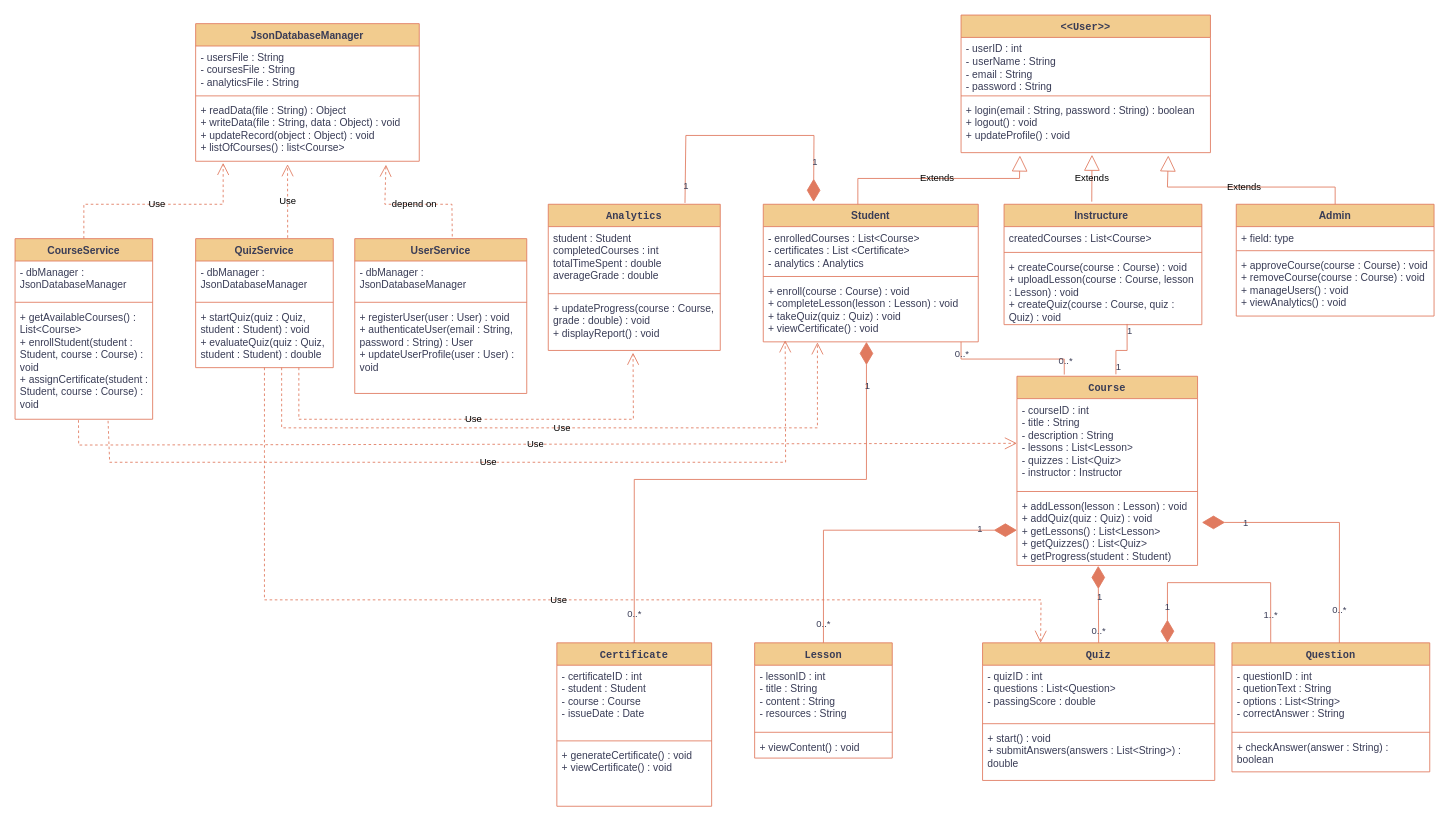
Above: diagrams/class.drawio in Mohamed-Bahig/SkillForge-UML-Design (draw.io), before the change. Source tidied: cells renumbered, new cells numbered last; positions are measured from the earlier drawing's top-left corner, leaving out a move shared by most shapes. Both pictures are drawn from the tidied source at 86%, with x=0, y=0 at pixel (15, 15).
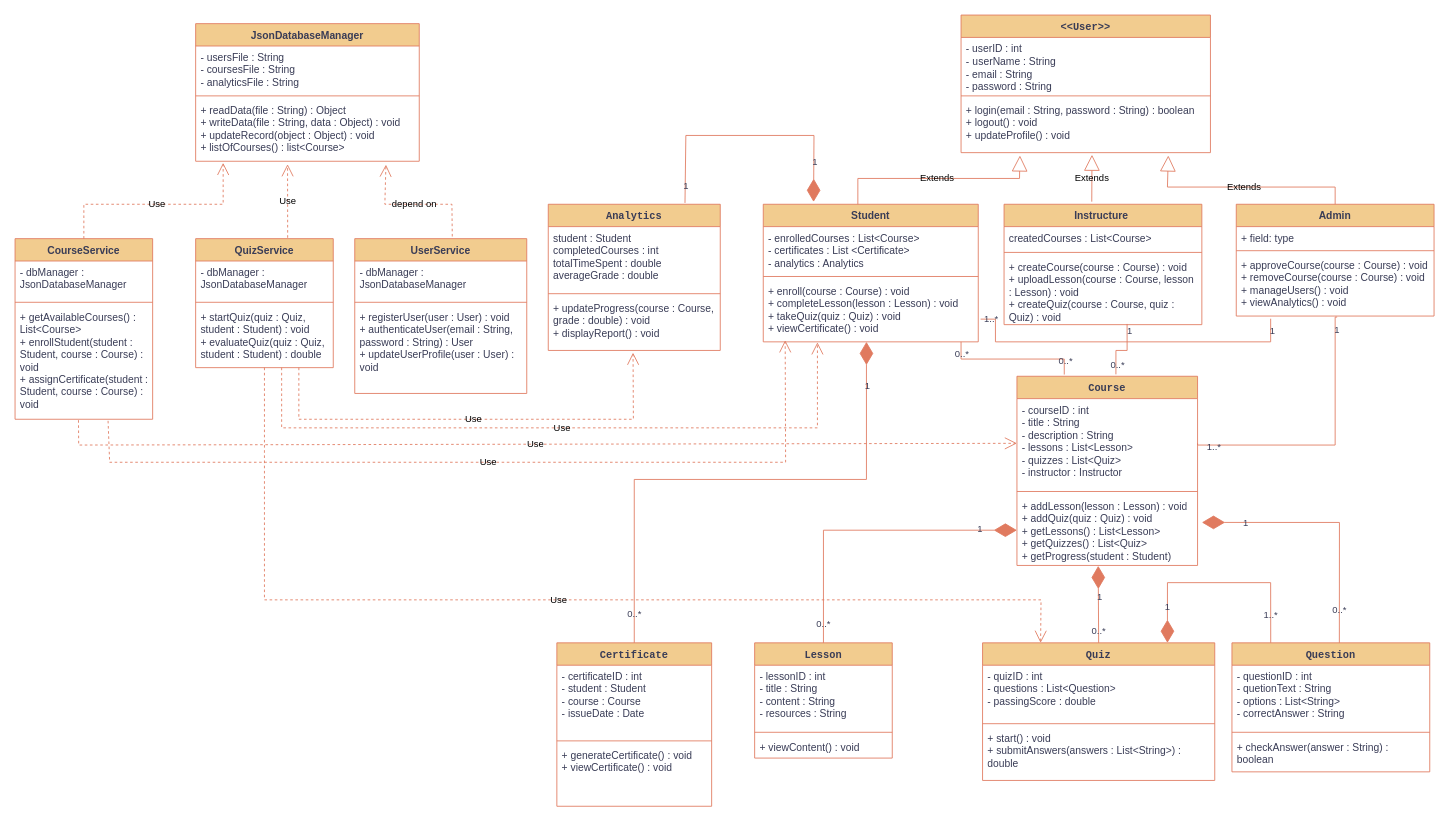
The same diagram, later.

The change refers to these unchanged cells:
```xml
<mxCell id="9" value="&lt;div&gt;+ enroll(course : Course) : void&lt;/div&gt;&lt;div&gt;+ completeLesson(lesson : Lesson) : void&lt;/div&gt;&lt;div&gt;+ takeQuiz(quiz : Quiz) : void&lt;/div&gt;&lt;div&gt;+ viewCertificate() : void&lt;/div&gt;" style="text;strokeColor=none;fillColor=none;align=left;verticalAlign=top;spacingLeft=4;spacingRight=4;overflow=hidden;points=[[0,0.5],[1,0.5]];portConstraint=eastwest;whiteSpace=wrap;html=1;labelBackgroundColor=none;fontColor=#393C56;" parent="6" vertex="1">
  <mxGeometry y="88" width="250" height="72" as="geometry" />
</mxCell>
<mxCell id="17" value="&lt;div&gt;+ approveCourse(course : Course) : void&lt;/div&gt;&lt;div&gt;+ removeCourse(course : Course) : void&lt;/div&gt;&lt;div&gt;+ manageUsers() : void&lt;/div&gt;&lt;div&gt;+ viewAnalytics() : void&lt;/div&gt;" style="text;strokeColor=none;fillColor=none;align=left;verticalAlign=top;spacingLeft=4;spacingRight=4;overflow=hidden;points=[[0,0.5],[1,0.5]];portConstraint=eastwest;whiteSpace=wrap;html=1;labelBackgroundColor=none;fontColor=#393C56;" parent="14" vertex="1">
  <mxGeometry y="58" width="230" height="72" as="geometry" />
</mxCell>
<mxCell id="19" value="&lt;div&gt;- courseID : int&lt;/div&gt;&lt;div&gt;- title : String&lt;/div&gt;&lt;div&gt;- description : String&lt;/div&gt;&lt;div&gt;- lessons : List&amp;lt;Lesson&amp;gt;&lt;/div&gt;&lt;div&gt;- quizzes : List&amp;lt;Quiz&amp;gt;&lt;/div&gt;&lt;div&gt;- instructor : Instructor&lt;/div&gt;" style="text;strokeColor=none;fillColor=none;align=left;verticalAlign=top;spacingLeft=4;spacingRight=4;overflow=hidden;points=[[0,0.5],[1,0.5]];portConstraint=eastwest;whiteSpace=wrap;html=1;labelBackgroundColor=none;fontColor=#393C56;" parent="18" vertex="1">
  <mxGeometry y="26" width="210" height="104" as="geometry" />
</mxCell>
<mxCell id="44" style="endArrow=none;html=1;edgeStyle=orthogonalEdgeStyle;rounded=0;exitX=0.548;exitY=-0.01;exitDx=0;exitDy=0;exitPerimeter=0;entryX=0.622;entryY=0.99;entryDx=0;entryDy=0;entryPerimeter=0;labelBackgroundColor=none;strokeColor=#E07A5F;fontColor=default;" parent="1" edge="1" source="18" target="13">
  <mxGeometry relative="1" as="geometry" />
</mxCell>
```

Change to the diagram source:
```diff
@@
-    <mxCell id="46" value="1" style="edgeLabel;html=1;align=center;verticalAlign=middle;labelBackgroundColor=none;fontColor=#393C56;" parent="44" vertex="1">
-      <mxGeometry x="-0.76" y="-2" relative="1" as="geometry" />
-    </mxCell>
+    <mxCell id="93" value="0..*" style="edgeLabel;html=1;align=center;verticalAlign=middle;labelBackgroundColor=none;fontColor=#393C56;" parent="44" vertex="1">
+      <mxGeometry x="-0.68" y="-1" relative="1" as="geometry" />
+    </mxCell>
@@
+    <mxCell id="94" style="endArrow=none;html=1;edgeStyle=orthogonalEdgeStyle;rounded=0;exitX=1;exitY=0.5;exitDx=0;exitDy=0;entryX=0.51;entryY=1.017;entryDx=0;entryDy=0;entryPerimeter=0;labelBackgroundColor=none;strokeColor=#E07A5F;fontColor=default;" parent="1" edge="1" source="19" target="17">
+      <mxGeometry relative="1" as="geometry">
+        <Array as="points">
+          <mxPoint x="1375" y="500" />
+          <mxPoint x="1535" y="500" />
+          <mxPoint x="1535" y="351" />
+        </Array>
+      </mxGeometry>
+    </mxCell>
+    <mxCell id="95" value="1" style="edgeLabel;html=1;align=center;verticalAlign=middle;labelBackgroundColor=none;fontColor=#393C56;" parent="94" vertex="1">
+      <mxGeometry x="0.9" y="-1" relative="1" as="geometry" />
+    </mxCell>
+    <mxCell id="96" value="1..*" style="edgeLabel;html=1;align=center;verticalAlign=middle;labelBackgroundColor=none;fontColor=#393C56;" parent="94" vertex="1">
+      <mxGeometry x="-0.87" y="-1" relative="1" as="geometry" />
+    </mxCell>
+    <mxCell id="97" style="endArrow=none;html=1;edgeStyle=orthogonalEdgeStyle;rounded=0;entryX=0.174;entryY=1.043;entryDx=0;entryDy=0;entryPerimeter=0;exitX=1.011;exitY=0.633;exitDx=0;exitDy=0;exitPerimeter=0;labelBackgroundColor=none;strokeColor=#E07A5F;fontColor=default;" parent="1" edge="1" source="9" target="17">
+      <mxGeometry relative="1" as="geometry">
+        <Array as="points">
+          <mxPoint x="1140" y="354" />
+          <mxPoint x="1140" y="380" />
+          <mxPoint x="1460" y="380" />
+        </Array>
+      </mxGeometry>
+    </mxCell>
+    <mxCell id="98" value="1" style="edgeLabel;html=1;align=center;verticalAlign=middle;labelBackgroundColor=none;fontColor=#393C56;" parent="97" vertex="1">
+      <mxGeometry x="0.93" y="-1" relative="1" as="geometry" />
+    </mxCell>
+    <mxCell id="99" value="1..*" style="edgeLabel;html=1;align=center;verticalAlign=middle;labelBackgroundColor=none;fontColor=#393C56;" parent="97" vertex="1">
+      <mxGeometry x="-0.94" y="1" relative="1" as="geometry" />
+    </mxCell>
```
